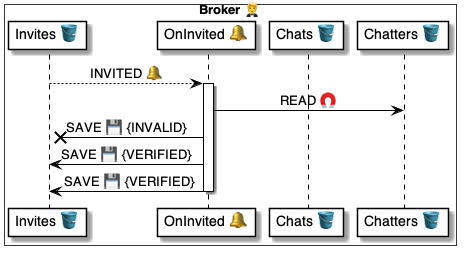
Before: 4 ⚙️ Solution/20 🧑‍🦰 UI/Brokers 🤵/🤵🪣 Broker tables/Invites 🤲 table/🪣🧱 1 Invited 🔔/🤵 OnInviteInvited ⚙️ uml.png, a diagram exported from PlantUML (pollyweb-org/pollyweb-docs). Its source is kept beside it as 4 ⚙️ Solution/20 🧑‍🦰 UI/Brokers 🤵/🤵🪣 Broker tables/Invites 🤲 table/🪣🧱 1 Invited 🔔/🤵 OnInviteInvited ⚙️ uml.puml. The source it was exported from:
```plantuml
@startuml OnInviteInvited

box "Broker 🤵" #FFFFFA
    participant "Invites 🪣" as invites
    participant "OnInvited 🔔" as broker
    participant "Chats 🪣" as chats
    participant "Chatters 🪣" as chatters
end box


invites --> broker: INVITED 🔔

activate broker
    broker -> chatters: READ 🧲
    broker -x invites: SAVE 💾 {INVALID}
    broker -> invites: SAVE 💾 {VERIFIED}
    broker -> invites: SAVE 💾 {VERIFIED}
deactivate broker

@enduml
```
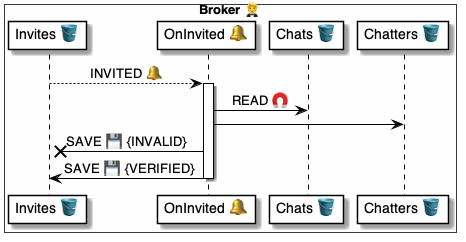
After the change.

The edit, as a diff of the source:
```diff
@@ -11,9 +11,9 @@
 invites --> broker: INVITED 🔔
 
 activate broker
-    broker -> chatters: READ 🧲
+    broker -> chats: READ 🧲
+    broker -> chatters:
     broker -x invites: SAVE 💾 {INVALID}
-    broker -> invites: SAVE 💾 {VERIFIED}
     broker -> invites: SAVE 💾 {VERIFIED}
 deactivate broker
 
```
